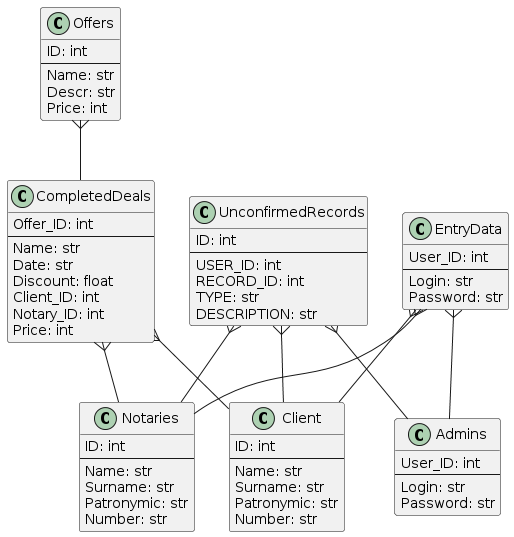
Student7751/CourseWork keeps this PlantUML diagram as Diagrams/images/ER_D/ER.png. Above is the earlier version.
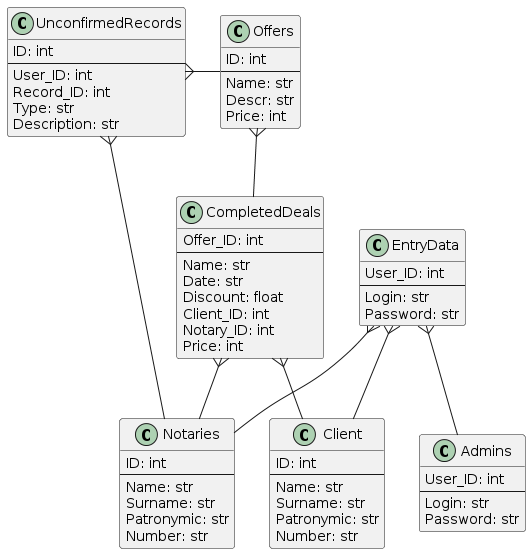
After the commit.

Diff of the diagram source:
```diff
@@ -53,10 +53,10 @@
 class UnconfirmedRecords{
     ID: int
     --
-    USER_ID: int
-    RECORD_ID: int
-    TYPE: str
-    DESCRIPTION: str
+    User_ID: int
+    Record_ID: int
+    Type: str
+    Description: str
 }
 
 EntryData }-- Client
@@ -65,7 +65,6 @@
 Offers }-- CompletedDeals
 CompletedDeals }-- Client
 CompletedDeals }-- Notaries
-UnconfirmedRecords }-- Admins
-UnconfirmedRecords }-- Client
 UnconfirmedRecords }-- Notaries
+UnconfirmedRecords }-right- Offers
 @enduml
```
